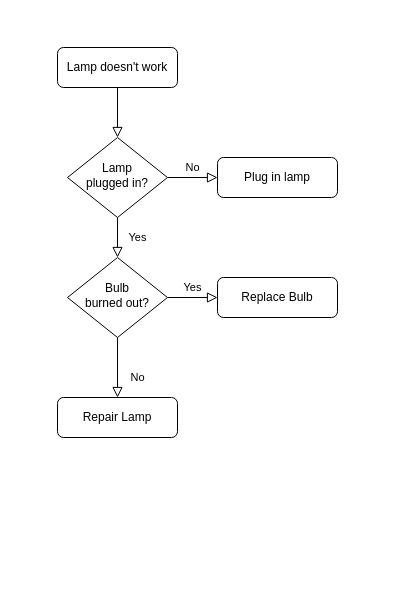
The draw.io diagram python final project.drawio in bowerbirdblue/bowerbirdblue, before the edit. Source tidied: cells renumbered, new cells numbered last; positions are measured from the earlier drawing's top-left corner, leaving out a move shared by most shapes. Both pictures are drawn from the tidied source at 100%, with x=0, y=0 at pixel (57, 47).
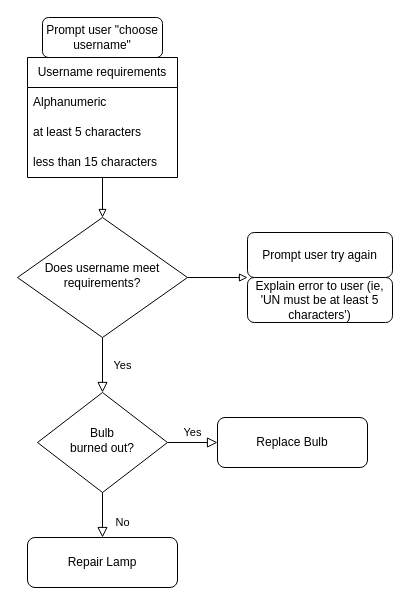
The same diagram, later.

The edit, as a diff of the source:
```diff
@@
 <mxGraphModel>
   <root>
     <mxCell id="0" />
     <mxCell id="1" parent="0" />
-    <mxCell id="2" style="rounded=0;html=1;jettySize=auto;fontSize=11;endArrow=block;endFill=0;endSize=8;strokeWidth=1;shadow=0;labelBackgroundColor=none;edgeStyle=orthogonalEdgeStyle;" parent="1" edge="1" source="3" target="6">
-      <mxGeometry relative="1" as="geometry" />
-    </mxCell>
-    <mxCell id="3" value="Lamp doesn't work" style="rounded=1;whiteSpace=wrap;html=1;fontSize=12;glass=0;strokeWidth=1;shadow=0;" parent="1" vertex="1">
-      <mxGeometry width="120" height="40" as="geometry" />
+    <mxCell id="3" value="Prompt user &quot;choose username&quot;" style="rounded=1;whiteSpace=wrap;html=1;fontSize=12;glass=0;strokeWidth=1;shadow=0;" parent="1" vertex="1">
+      <mxGeometry x="-15" y="-30" width="120" height="40" as="geometry" />
     </mxCell>
     <mxCell id="4" value="Yes" style="rounded=0;html=1;jettySize=auto;fontSize=11;endArrow=block;endFill=0;endSize=8;strokeWidth=1;shadow=0;labelBackgroundColor=none;edgeStyle=orthogonalEdgeStyle;" parent="1" edge="1" source="6" target="10">
       <mxGeometry y="20" relative="1" as="geometry" />
     </mxCell>
-    <mxCell id="5" value="No" style="edgeStyle=orthogonalEdgeStyle;rounded=0;html=1;jettySize=auto;fontSize=11;endArrow=block;endFill=0;endSize=8;strokeWidth=1;shadow=0;labelBackgroundColor=none;" parent="1" edge="1" source="6" target="7">
-      <mxGeometry y="10" relative="1" as="geometry" />
-    </mxCell>
+    <mxCell id="13" style="edgeStyle=orthogonalEdgeStyle;rounded=0;jettySize=auto;html=1;exitX=1;exitY=0.5;exitDx=0;exitDy=0;endArrow=block;endFill=0;entryX=0;entryY=0;entryDx=0;entryDy=0;" parent="1" edge="1" source="6" target="19">
+      <mxGeometry relative="1" as="geometry">
+        <Array as="points">
+          <mxPoint x="180" y="230" />
+          <mxPoint x="180" y="230" />
+        </Array>
+      </mxGeometry>
+    </mxCell>
-    <mxCell id="6" value="Lamp&lt;br&gt;plugged in?" style="rhombus;whiteSpace=wrap;html=1;shadow=0;fontFamily=Helvetica;fontSize=12;align=center;strokeWidth=1;spacing=6;spacingTop=-4;" parent="1" vertex="1">
-      <mxGeometry x="10" y="90" width="100" height="80" as="geometry" />
+    <mxCell id="6" value="Does username meet requirements?" style="rhombus;whiteSpace=wrap;html=1;shadow=0;fontFamily=Helvetica;fontSize=12;align=center;strokeWidth=1;spacing=6;spacingTop=-4;" parent="1" vertex="1">
+      <mxGeometry x="-40" y="170" width="170" height="120" as="geometry" />
     </mxCell>
-    <mxCell id="7" value="Plug in lamp" style="rounded=1;whiteSpace=wrap;html=1;fontSize=12;glass=0;strokeWidth=1;shadow=0;" parent="1" vertex="1">
-      <mxGeometry x="160" y="110" width="120" height="40" as="geometry" />
+    <mxCell id="7" value="Prompt user try again" style="rounded=1;whiteSpace=wrap;html=1;fontSize=12;glass=0;strokeWidth=1;shadow=0;" parent="1" vertex="1">
+      <mxGeometry x="190" y="185" width="145" height="45" as="geometry" />
     </mxCell>
     <mxCell id="8" value="No" style="rounded=0;html=1;jettySize=auto;fontSize=11;endArrow=block;endFill=0;endSize=8;strokeWidth=1;shadow=0;labelBackgroundColor=none;edgeStyle=orthogonalEdgeStyle;" parent="1" edge="1" source="10" target="11">
       <mxGeometry x="0.33" y="20" relative="1" as="geometry" />
     </mxCell>
     <mxCell id="9" value="Yes" style="edgeStyle=orthogonalEdgeStyle;rounded=0;html=1;jettySize=auto;fontSize=11;endArrow=block;endFill=0;endSize=8;strokeWidth=1;shadow=0;labelBackgroundColor=none;" parent="1" edge="1" source="10" target="12">
       <mxGeometry y="10" relative="1" as="geometry" />
     </mxCell>
     <mxCell id="10" value="Bulb&lt;br&gt;burned out?" style="rhombus;whiteSpace=wrap;html=1;shadow=0;fontFamily=Helvetica;fontSize=12;align=center;strokeWidth=1;spacing=6;spacingTop=-4;" parent="1" vertex="1">
-      <mxGeometry x="10" y="210" width="100" height="80" as="geometry" />
+      <mxGeometry x="-20" y="345" width="130" height="100" as="geometry" />
     </mxCell>
     <mxCell id="11" value="Repair Lamp" style="rounded=1;whiteSpace=wrap;html=1;fontSize=12;glass=0;strokeWidth=1;shadow=0;" parent="1" vertex="1">
-      <mxGeometry y="350" width="120" height="40" as="geometry" />
+      <mxGeometry x="-30" y="490" width="150" height="50" as="geometry" />
     </mxCell>
     <mxCell id="12" value="Replace Bulb" style="rounded=1;whiteSpace=wrap;html=1;fontSize=12;glass=0;strokeWidth=1;shadow=0;" parent="1" vertex="1">
-      <mxGeometry x="160" y="230" width="120" height="40" as="geometry" />
+      <mxGeometry x="160" y="370" width="150" height="50" as="geometry" />
     </mxCell>
+    <mxCell id="14" style="edgeStyle=orthogonalEdgeStyle;rounded=0;jettySize=auto;html=1;endArrow=block;endFill=0;" parent="1" edge="1" source="15" target="6">
+      <mxGeometry relative="1" as="geometry" />
+    </mxCell>
+    <mxCell id="15" value="Username requirements" style="swimlane;fontStyle=0;horizontal=1;startSize=30;whiteSpace=wrap;html=1;" parent="1" vertex="1">
+      <mxGeometry x="-30" y="10" width="150" height="120" as="geometry" />
+    </mxCell>
+    <mxCell id="16" value="Alphanumeric" style="text;strokeColor=none;fillColor=none;align=left;verticalAlign=middle;spacingLeft=4;spacingRight=4;overflow=hidden;whiteSpace=wrap;html=1;" parent="15" vertex="1">
+      <mxGeometry y="30" width="150" height="30" as="geometry" />
+    </mxCell>
+    <mxCell id="17" value="at least 5 characters" style="text;strokeColor=none;fillColor=none;align=left;verticalAlign=middle;spacingLeft=4;spacingRight=4;overflow=hidden;whiteSpace=wrap;html=1;" parent="15" vertex="1">
+      <mxGeometry y="60" width="150" height="30" as="geometry" />
+    </mxCell>
+    <mxCell id="18" value="less than 15 characters" style="text;strokeColor=none;fillColor=none;align=left;verticalAlign=middle;spacingLeft=4;spacingRight=4;overflow=hidden;whiteSpace=wrap;html=1;" parent="15" vertex="1">
+      <mxGeometry y="90" width="150" height="30" as="geometry" />
+    </mxCell>
+    <mxCell id="19" value="Explain error to user (ie, 'UN must be at least 5 characters')" style="rounded=1;whiteSpace=wrap;html=1;fontSize=12;glass=0;strokeWidth=1;shadow=0;" parent="1" vertex="1">
+      <mxGeometry x="190" y="230" width="145" height="45" as="geometry" />
+    </mxCell>
   </root>
 </mxGraphModel>
```
